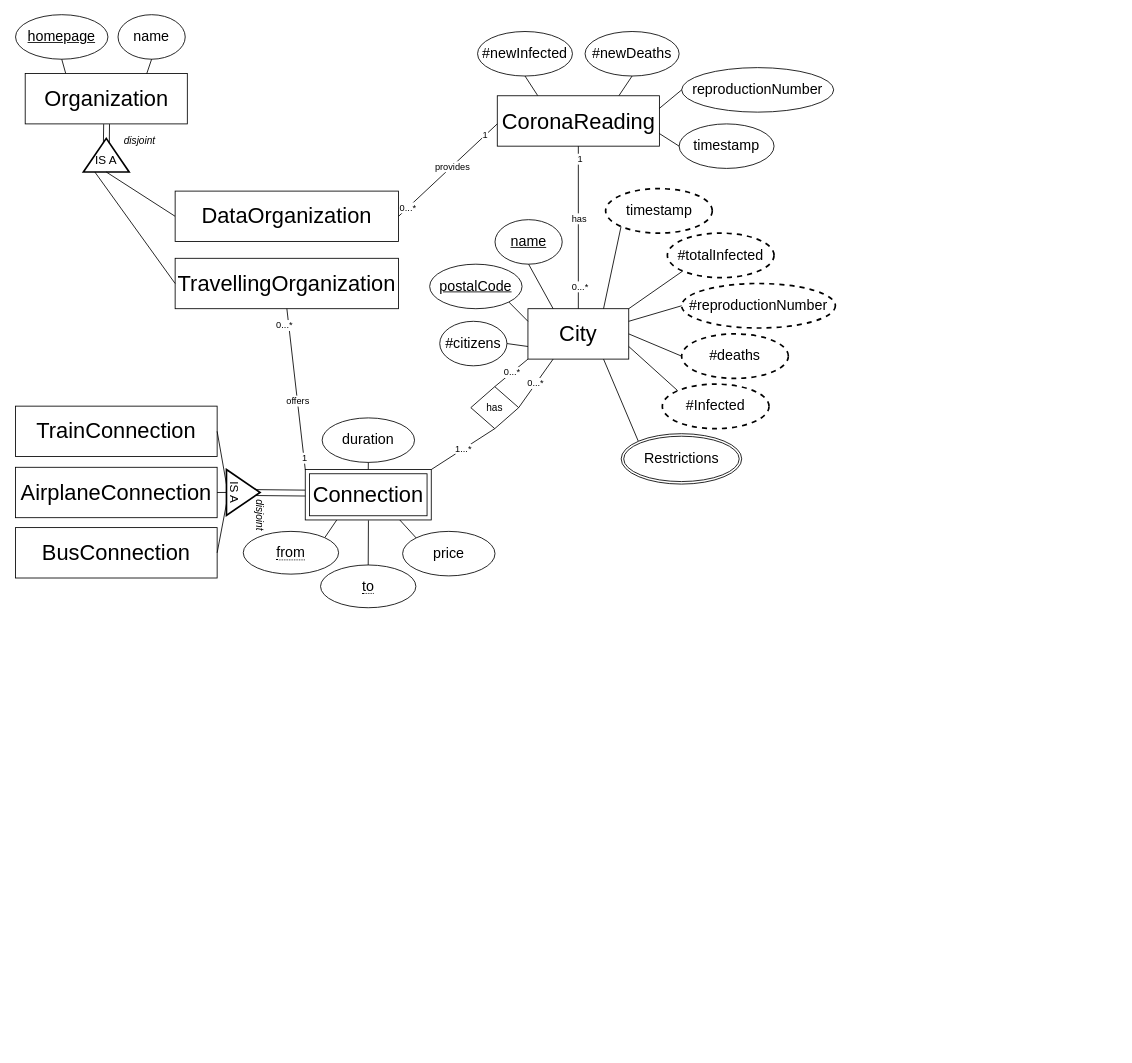
This is OISdiagram.drawio from wulfdewolf/OpenInformationSystemsGroup1, a draw.io file, before an edit. Source tidied: cells renumbered, new cells numbered last; positions are measured from the earlier drawing's top-left corner, leaving out a move shared by most shapes. Both pictures are drawn from the tidied source at 84%, with x=0, y=0 at pixel (15, 14).
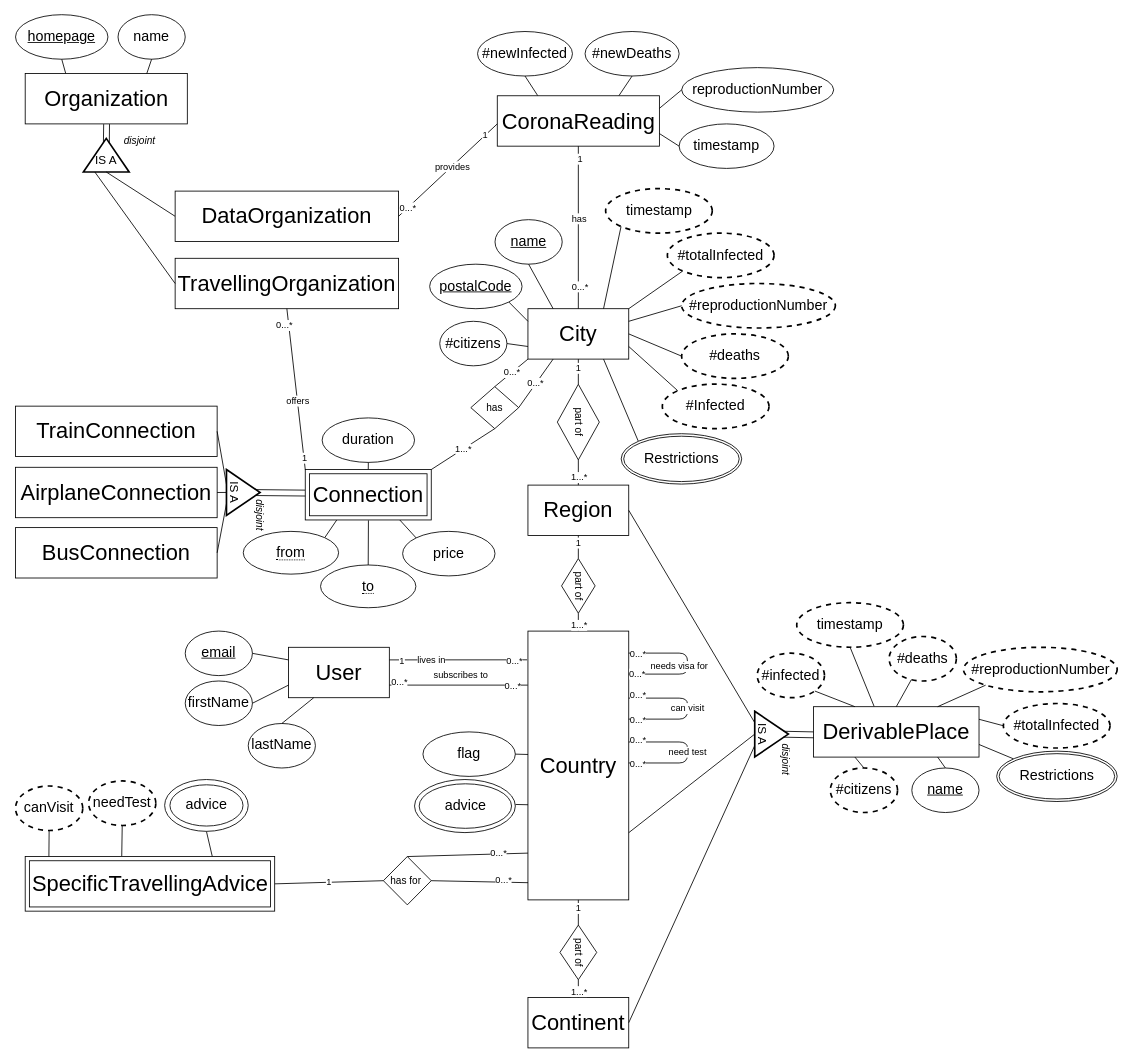
After the change.

Commit message:
made sure previous changes were there

The change refers to these unchanged cells:
```xml
<mxCell id="2" value="&lt;font style=&quot;font-size: 26px&quot;&gt;City&lt;/font&gt;" style="rounded=0;whiteSpace=wrap;html=1;" parent="1" vertex="1">
  <mxGeometry x="610" y="350" width="120" height="60" as="geometry" />
</mxCell>
```

What changed in the source:
```diff
@@
+    <mxCell id="78" value="&lt;font style=&quot;font-size: 26px&quot;&gt;DerivablePlace&lt;/font&gt;" style="rounded=0;whiteSpace=wrap;html=1;strokeWidth=1;" parent="1" vertex="1">
+      <mxGeometry x="950" y="823.8" width="197" height="60" as="geometry" />
+    </mxCell>
+    <mxCell id="79" value="&lt;font style=&quot;font-size: 17px&quot;&gt;#citizens&lt;/font&gt;" style="ellipse;whiteSpace=wrap;html=1;dashed=1;strokeWidth=2;" parent="1" vertex="1">
+      <mxGeometry x="970" y="896.8" width="80" height="53" as="geometry" />
+    </mxCell>
+    <mxCell id="80" value="&lt;font style=&quot;font-size: 17px&quot;&gt;#infected&lt;/font&gt;" style="ellipse;whiteSpace=wrap;html=1;dashed=1;strokeWidth=2;" parent="1" vertex="1">
+      <mxGeometry x="883" y="760.1" width="80" height="53" as="geometry" />
+    </mxCell>
+    <mxCell id="81" value="&lt;font style=&quot;font-size: 17px&quot;&gt;#deaths&lt;/font&gt;" style="ellipse;whiteSpace=wrap;html=1;dashed=1;strokeWidth=2;" parent="1" vertex="1">
+      <mxGeometry x="1040" y="740.2" width="80" height="53" as="geometry" />
+    </mxCell>
+    <mxCell id="82" value="&lt;font style=&quot;font-size: 17px&quot;&gt;#totalInfected&lt;/font&gt;" style="ellipse;whiteSpace=wrap;html=1;dashed=1;strokeWidth=2;" parent="1" vertex="1">
+      <mxGeometry x="1176" y="820" width="127" height="53" as="geometry" />
+    </mxCell>
+    <mxCell id="83" value="&lt;span style=&quot;font-size: 17px&quot;&gt;#reproductionNumber&lt;/span&gt;" style="ellipse;whiteSpace=wrap;html=1;dashed=1;strokeWidth=2;" parent="1" vertex="1">
+      <mxGeometry x="1128.5" y="753.1" width="183" height="53" as="geometry" />
+    </mxCell>
+    <mxCell id="84" style="endArrow=none;html=1;exitX=1;exitY=0.25;exitDx=0;exitDy=0;entryX=0;entryY=0.5;entryDx=0;entryDy=0;" parent="1" edge="1" source="78" target="82">
+      <mxGeometry relative="1" as="geometry" />
+    </mxCell>
+    <mxCell id="85" style="endArrow=none;html=1;exitX=0.75;exitY=0;exitDx=0;exitDy=0;entryX=0;entryY=1;entryDx=0;entryDy=0;" parent="1" edge="1" source="78" target="83">
+      <mxGeometry relative="1" as="geometry" />
+    </mxCell>
+    <mxCell id="86" style="endArrow=none;html=1;exitX=0.5;exitY=0;exitDx=0;exitDy=0;" parent="1" edge="1" source="78" target="81">
+      <mxGeometry relative="1" as="geometry" />
+    </mxCell>
+    <mxCell id="87" style="endArrow=none;html=1;exitX=0.25;exitY=0;exitDx=0;exitDy=0;entryX=1;entryY=1;entryDx=0;entryDy=0;" parent="1" edge="1" source="78" target="80">
+      <mxGeometry relative="1" as="geometry" />
+    </mxCell>
+    <mxCell id="88" style="endArrow=none;html=1;exitX=0.25;exitY=1;exitDx=0;exitDy=0;entryX=0.5;entryY=0;entryDx=0;entryDy=0;" parent="1" edge="1" source="78" target="79">
+      <mxGeometry relative="1" as="geometry" />
+    </mxCell>
@@
+    <mxCell id="89" value="&lt;span style=&quot;font-size: 26px&quot;&gt;Region&lt;/span&gt;" style="rounded=0;whiteSpace=wrap;html=1;" parent="1" vertex="1">
+      <mxGeometry x="610" y="560" width="120" height="60" as="geometry" />
+    </mxCell>
+    <mxCell id="90" value="&lt;font style=&quot;font-size: 17px&quot;&gt;&lt;u&gt;name&lt;/u&gt;&lt;/font&gt;" style="ellipse;whiteSpace=wrap;html=1;" parent="1" vertex="1">
+      <mxGeometry x="1067" y="896.8" width="80" height="53" as="geometry" />
+    </mxCell>
+    <mxCell id="91" style="endArrow=none;html=1;exitX=0.75;exitY=1;exitDx=0;exitDy=0;entryX=0.5;entryY=0;entryDx=0;entryDy=0;" parent="1" edge="1" source="78" target="90">
+      <mxGeometry relative="1" as="geometry" />
+    </mxCell>
+    <mxCell id="92" value="&lt;font style=&quot;font-size: 26px&quot;&gt;Country&lt;/font&gt;" style="rounded=0;whiteSpace=wrap;html=1;" parent="1" vertex="1">
+      <mxGeometry x="610" y="733.8" width="120" height="320" as="geometry" />
+    </mxCell>
+    <mxCell id="93" value="&lt;span style=&quot;font-size: 17px&quot;&gt;flag&lt;/span&gt;" style="ellipse;whiteSpace=wrap;html=1;" parent="1" vertex="1">
+      <mxGeometry x="485" y="853.8" width="110" height="53" as="geometry" />
+    </mxCell>
+    <mxCell id="94" style="endArrow=none;html=1;exitX=1;exitY=0.5;exitDx=0;exitDy=0;entryX=0.001;entryY=0.459;entryDx=0;entryDy=0;entryPerimeter=0;" parent="1" edge="1" source="93" target="92">
+      <mxGeometry relative="1" as="geometry" />
+    </mxCell>
+    <mxCell id="95" value="&lt;span style=&quot;font-size: 26px&quot;&gt;Continent&lt;/span&gt;" style="rounded=0;whiteSpace=wrap;html=1;" parent="1" vertex="1">
+      <mxGeometry x="610" y="1170" width="120" height="60" as="geometry" />
+    </mxCell>
+    <mxCell id="96" style="endArrow=none;html=1;exitX=0;exitY=0.25;exitDx=0;exitDy=0;entryX=1;entryY=0.5;entryDx=0;entryDy=0;" parent="1" edge="1" source="154" target="89">
+      <mxGeometry relative="1" as="geometry" />
+    </mxCell>
+    <mxCell id="97" style="endArrow=none;html=1;exitX=1;exitY=0.75;exitDx=0;exitDy=0;entryX=0;entryY=0.5;entryDx=0;entryDy=0;" parent="1" edge="1" source="92" target="154">
+      <mxGeometry relative="1" as="geometry" />
+    </mxCell>
+    <mxCell id="98" style="endArrow=none;html=1;exitX=1;exitY=0.5;exitDx=0;exitDy=0;entryX=0;entryY=0.75;entryDx=0;entryDy=0;" parent="1" edge="1" source="95" target="154">
+      <mxGeometry relative="1" as="geometry" />
+    </mxCell>
@@
+    <mxCell id="99" value="part of" style="shape=rhombus;perimeter=rhombusPerimeter;whiteSpace=wrap;html=1;align=center;rotation=90;" parent="1" vertex="1">
+      <mxGeometry x="625" y="460" width="90" height="50" as="geometry" />
+    </mxCell>
+    <mxCell id="100" style="endArrow=none;html=1;exitX=1;exitY=0.5;exitDx=0;exitDy=0;entryX=0.5;entryY=0;entryDx=0;entryDy=0;" parent="1" edge="1" source="99" target="89">
+      <mxGeometry relative="1" as="geometry" />
+    </mxCell>
+    <mxCell id="101" value="1...*" style="edgeLabel;html=1;align=center;verticalAlign=middle;" parent="100" vertex="1">
+      <mxGeometry x="0.37" y="-1" relative="1" as="geometry">
+        <mxPoint x="1" y="-1" as="offset" />
+      </mxGeometry>
+    </mxCell>
+    <mxCell id="102" style="endArrow=none;html=1;exitX=0;exitY=0.5;exitDx=0;exitDy=0;entryX=0.5;entryY=1;entryDx=0;entryDy=0;" parent="1" edge="1" source="99" target="2">
+      <mxGeometry relative="1" as="geometry" />
+    </mxCell>
+    <mxCell id="103" value="1" style="edgeLabel;html=1;align=center;verticalAlign=middle;" parent="102" vertex="1">
+      <mxGeometry x="0.35" y="1" relative="1" as="geometry" />
+    </mxCell>
+    <mxCell id="104" value="part of" style="shape=rhombus;perimeter=rhombusPerimeter;whiteSpace=wrap;html=1;align=center;rotation=90;" parent="1" vertex="1">
+      <mxGeometry x="637.5" y="660" width="65" height="40" as="geometry" />
+    </mxCell>
+    <mxCell id="105" style="endArrow=none;html=1;exitX=1;exitY=0.5;exitDx=0;exitDy=0;entryX=0.5;entryY=0;entryDx=0;entryDy=0;" parent="1" edge="1" source="104" target="92">
+      <mxGeometry relative="1" as="geometry" />
+    </mxCell>
+    <mxCell id="106" value="1...*" style="edgeLabel;html=1;align=center;verticalAlign=middle;" parent="105" vertex="1">
+      <mxGeometry x="0.37" y="-1" relative="1" as="geometry">
+        <mxPoint x="1" y="-1" as="offset" />
+      </mxGeometry>
+    </mxCell>
+    <mxCell id="107" style="endArrow=none;html=1;exitX=0;exitY=0.5;exitDx=0;exitDy=0;entryX=0.5;entryY=1;entryDx=0;entryDy=0;" parent="1" edge="1" source="104" target="89">
+      <mxGeometry relative="1" as="geometry" />
+    </mxCell>
+    <mxCell id="108" value="1" style="edgeLabel;html=1;align=center;verticalAlign=middle;" parent="107" vertex="1">
+      <mxGeometry x="0.35" y="1" relative="1" as="geometry" />
+    </mxCell>
+    <mxCell id="109" value="part of" style="shape=rhombus;perimeter=rhombusPerimeter;whiteSpace=wrap;html=1;align=center;rotation=90;" parent="1" vertex="1">
+      <mxGeometry x="637.5" y="1094.4" width="65" height="43.8" as="geometry" />
+    </mxCell>
+    <mxCell id="110" style="endArrow=none;html=1;exitX=1;exitY=0.5;exitDx=0;exitDy=0;entryX=0.5;entryY=0;entryDx=0;entryDy=0;" parent="1" edge="1" source="109" target="95">
+      <mxGeometry relative="1" as="geometry" />
+    </mxCell>
+    <mxCell id="111" value="1...*" style="edgeLabel;html=1;align=center;verticalAlign=middle;" parent="110" vertex="1">
+      <mxGeometry x="0.37" y="-1" relative="1" as="geometry">
+        <mxPoint x="1" y="-1" as="offset" />
+      </mxGeometry>
+    </mxCell>
+    <mxCell id="112" style="endArrow=none;html=1;exitX=0;exitY=0.5;exitDx=0;exitDy=0;entryX=0.5;entryY=1;entryDx=0;entryDy=0;" parent="1" edge="1" source="109" target="92">
+      <mxGeometry relative="1" as="geometry" />
+    </mxCell>
+    <mxCell id="113" value="1" style="edgeLabel;html=1;align=center;verticalAlign=middle;" parent="112" vertex="1">
+      <mxGeometry x="0.35" y="1" relative="1" as="geometry" />
+    </mxCell>
+    <mxCell id="114" style="endArrow=none;html=1;exitX=1;exitY=0.5;exitDx=0;exitDy=0;entryX=0.001;entryY=0.646;entryDx=0;entryDy=0;entryPerimeter=0;" parent="1" edge="1" target="92">
+      <mxGeometry relative="1" as="geometry">
+        <mxPoint x="595" y="940.2" as="sourcePoint" />
+      </mxGeometry>
+    </mxCell>
+    <mxCell id="115" style="endArrow=none;html=1;exitX=1;exitY=0.5;exitDx=0;exitDy=0;" parent="1" edge="1">
+      <mxGeometry relative="1" as="geometry">
+        <mxPoint x="730" y="760" as="sourcePoint" />
+        <mxPoint x="730" y="785" as="targetPoint" />
+        <Array as="points">
+          <mxPoint x="800" y="760" />
+          <mxPoint x="800" y="785" />
+        </Array>
+      </mxGeometry>
+    </mxCell>
+    <mxCell id="116" value="needs visa for" style="edgeLabel;html=1;align=center;verticalAlign=middle;" parent="115" vertex="1">
+      <mxGeometry x="-0.49" y="4" relative="1" as="geometry">
+        <mxPoint x="17.1" y="19" as="offset" />
+      </mxGeometry>
+    </mxCell>
+    <mxCell id="117" value="0...*" style="edgeLabel;html=1;align=center;verticalAlign=middle;" parent="115" vertex="1">
+      <mxGeometry x="0.89" y="-1" relative="1" as="geometry">
+        <mxPoint x="0.8" as="offset" />
+      </mxGeometry>
+    </mxCell>
+    <mxCell id="118" value="0...*" style="edgeLabel;html=1;align=center;verticalAlign=middle;" parent="115" vertex="1">
+      <mxGeometry x="-0.88" relative="1" as="geometry" />
+    </mxCell>
+    <mxCell id="119" value="can visit" style="endArrow=none;html=1;entryX=1;entryY=0.5;entryDx=0;entryDy=0;" parent="1" edge="1">
+      <mxGeometry relative="1" as="geometry">
+        <mxPoint x="730" y="838.6" as="sourcePoint" />
+        <mxPoint x="730" y="813.6" as="targetPoint" />
+        <Array as="points">
+          <mxPoint x="800" y="838.6" />
+          <mxPoint x="800" y="813.6" />
+        </Array>
+      </mxGeometry>
+    </mxCell>
+    <mxCell id="120" value="0...*" style="edgeLabel;html=1;align=center;verticalAlign=middle;" parent="119" vertex="1">
+      <mxGeometry x="-0.87" y="-1" relative="1" as="geometry">
+        <mxPoint x="-0.6" as="offset" />
+      </mxGeometry>
+    </mxCell>
+    <mxCell id="121" value="0...*" style="edgeLabel;html=1;align=center;verticalAlign=middle;" parent="119" vertex="1">
+      <mxGeometry x="0.83" relative="1" as="geometry">
+        <mxPoint x="-3.6" y="-3.7" as="offset" />
+      </mxGeometry>
+    </mxCell>
+    <mxCell id="122" value="need test" style="endArrow=none;html=1;entryX=1;entryY=0.5;entryDx=0;entryDy=0;" parent="1" edge="1">
+      <mxGeometry relative="1" as="geometry">
+        <mxPoint x="730" y="890.8" as="sourcePoint" />
+        <mxPoint x="730" y="865.8" as="targetPoint" />
+        <Array as="points">
+          <mxPoint x="800" y="890.8" />
+          <mxPoint x="800" y="865.8" />
+        </Array>
+      </mxGeometry>
+    </mxCell>
+    <mxCell id="123" value="0...*" style="edgeLabel;html=1;align=center;verticalAlign=middle;" parent="122" vertex="1">
+      <mxGeometry x="-0.87" y="-1" relative="1" as="geometry">
+        <mxPoint x="-0.6" as="offset" />
+      </mxGeometry>
+    </mxCell>
+    <mxCell id="124" value="0...*" style="edgeLabel;html=1;align=center;verticalAlign=middle;" parent="122" vertex="1">
+      <mxGeometry x="0.83" relative="1" as="geometry">
+        <mxPoint x="-3.6" y="-3.7" as="offset" />
+      </mxGeometry>
+    </mxCell>
+    <mxCell id="125" value="&lt;font style=&quot;font-size: 17px&quot;&gt;canVisit&lt;/font&gt;" style="ellipse;whiteSpace=wrap;html=1;dashed=1;strokeWidth=2;" parent="1" vertex="1">
+      <mxGeometry y="918.2" width="80" height="53" as="geometry" />
+    </mxCell>
+    <mxCell id="126" style="endArrow=none;html=1;entryX=0.5;entryY=1;entryDx=0;entryDy=0;exitX=0.095;exitY=-0.002;exitDx=0;exitDy=0;exitPerimeter=0;" parent="1" edge="1" source="152" target="125">
+      <mxGeometry relative="1" as="geometry" />
+    </mxCell>
+    <mxCell id="127" value="&lt;font style=&quot;font-size: 17px&quot;&gt;needTest&lt;/font&gt;" style="ellipse;whiteSpace=wrap;html=1;dashed=1;strokeWidth=2;" parent="1" vertex="1">
+      <mxGeometry x="87" y="912.2" width="80" height="53" as="geometry" />
+    </mxCell>
+    <mxCell id="128" style="endArrow=none;html=1;exitX=0.5;exitY=1;exitDx=0;exitDy=0;entryX=0.387;entryY=-0.01;entryDx=0;entryDy=0;entryPerimeter=0;" parent="1" edge="1" source="127" target="152">
+      <mxGeometry relative="1" as="geometry" />
+    </mxCell>
+    <mxCell id="129" style="endArrow=none;html=1;exitX=0.5;exitY=1;exitDx=0;exitDy=0;entryX=0.75;entryY=0;entryDx=0;entryDy=0;" parent="1" edge="1" source="150" target="152">
+      <mxGeometry relative="1" as="geometry" />
+    </mxCell>
+    <mxCell id="130" value="has for&amp;nbsp;" style="rhombus;whiteSpace=wrap;html=1;rotation=0;" parent="1" vertex="1">
+      <mxGeometry x="437.9" y="1002.2" width="57" height="57.5" as="geometry" />
+    </mxCell>
+    <mxCell id="131" style="endArrow=none;html=1;exitX=0;exitY=0.826;exitDx=0;exitDy=0;entryX=0.5;entryY=0;entryDx=0;entryDy=0;exitPerimeter=0;" parent="1" edge="1" source="92" target="130">
+      <mxGeometry relative="1" as="geometry" />
+    </mxCell>
+    <mxCell id="132" value="0...*" style="edgeLabel;html=1;align=center;verticalAlign=middle;" parent="131" vertex="1">
+      <mxGeometry x="-0.51" y="-1" relative="1" as="geometry">
+        <mxPoint y="-1" as="offset" />
+      </mxGeometry>
+    </mxCell>
+    <mxCell id="133" style="endArrow=none;html=1;exitX=1;exitY=0.5;exitDx=0;exitDy=0;entryX=0.001;entryY=0.936;entryDx=0;entryDy=0;entryPerimeter=0;" parent="1" edge="1" source="130" target="92">
+      <mxGeometry relative="1" as="geometry" />
+    </mxCell>
+    <mxCell id="134" value="0...*" style="edgeLabel;html=1;align=center;verticalAlign=middle;" parent="133" vertex="1">
+      <mxGeometry x="0.56" y="3" relative="1" as="geometry">
+        <mxPoint x="-4.7" as="offset" />
+      </mxGeometry>
+    </mxCell>
+    <mxCell id="135" value="1" style="endArrow=none;html=1;exitX=0;exitY=0.5;exitDx=0;exitDy=0;entryX=1;entryY=0.5;entryDx=0;entryDy=0;" parent="1" edge="1" source="130" target="152">
+      <mxGeometry relative="1" as="geometry" />
+    </mxCell>
+    <mxCell id="136" value="&lt;span style=&quot;font-size: 26px&quot;&gt;User&lt;/span&gt;" style="rounded=0;whiteSpace=wrap;html=1;" parent="1" vertex="1">
+      <mxGeometry x="325" y="753.1" width="120" height="60" as="geometry" />
+    </mxCell>
+    <mxCell id="137" value="&lt;font style=&quot;font-size: 17px&quot;&gt;&lt;u&gt;email&lt;/u&gt;&lt;/font&gt;" style="ellipse;whiteSpace=wrap;html=1;" parent="1" vertex="1">
+      <mxGeometry x="202" y="733.8" width="80" height="53" as="geometry" />
+    </mxCell>
+    <mxCell id="138" style="endArrow=none;html=1;entryX=1;entryY=0.5;entryDx=0;entryDy=0;exitX=0;exitY=0.25;exitDx=0;exitDy=0;" parent="1" edge="1" source="136" target="137">
+      <mxGeometry relative="1" as="geometry" />
+    </mxCell>
+    <mxCell id="139" value="&lt;span style=&quot;font-size: 17px&quot;&gt;firstName&lt;/span&gt;" style="ellipse;whiteSpace=wrap;html=1;" parent="1" vertex="1">
+      <mxGeometry x="202" y="793.2" width="80" height="53" as="geometry" />
+    </mxCell>
+    <mxCell id="140" style="endArrow=none;html=1;exitX=0;exitY=0.75;exitDx=0;exitDy=0;entryX=1;entryY=0.5;entryDx=0;entryDy=0;" parent="1" edge="1" source="136" target="139">
+      <mxGeometry relative="1" as="geometry" />
+    </mxCell>
+    <mxCell id="141" value="subscribes to" style="endArrow=none;html=1;entryX=1;entryY=0.75;entryDx=0;entryDy=0;exitX=-0.002;exitY=0.201;exitDx=0;exitDy=0;exitPerimeter=0;" parent="1" edge="1" source="92" target="136">
+      <mxGeometry x="-0.03" y="-11" relative="1" as="geometry">
+        <mxPoint y="-1" as="offset" />
+      </mxGeometry>
+    </mxCell>
+    <mxCell id="142" value="0...*" style="edgeLabel;html=1;align=center;verticalAlign=middle;" parent="141" vertex="1">
+      <mxGeometry x="0.74" y="-4" relative="1" as="geometry">
+        <mxPoint x="-10.3" as="offset" />
+      </mxGeometry>
+    </mxCell>
+    <mxCell id="143" value="0...*" style="edgeLabel;html=1;align=center;verticalAlign=middle;" parent="141" vertex="1">
+      <mxGeometry x="-0.78" relative="1" as="geometry" />
+    </mxCell>
+    <mxCell id="144" value="lives in" style="endArrow=none;html=1;entryX=1;entryY=0.25;entryDx=0;entryDy=0;" parent="1" edge="1" target="136">
+      <mxGeometry x="0.39" relative="1" as="geometry">
+        <mxPoint x="609" y="768" as="sourcePoint" />
+      </mxGeometry>
+    </mxCell>
+    <mxCell id="145" value="0...*" style="edgeLabel;html=1;align=center;verticalAlign=middle;" parent="144" vertex="1">
+      <mxGeometry x="-0.8" relative="1" as="geometry" />
+    </mxCell>
+    <mxCell id="146" value="1" style="edgeLabel;html=1;align=center;verticalAlign=middle;" parent="144" vertex="1">
+      <mxGeometry x="0.83" relative="1" as="geometry" />
+    </mxCell>
+    <mxCell id="147" style="endArrow=none;html=1;entryX=1;entryY=0.75;entryDx=0;entryDy=0;" parent="1" edge="1" source="153" target="78">
+      <mxGeometry relative="1" as="geometry" />
+    </mxCell>
@@
+    <mxCell id="148" style="ellipse;whiteSpace=wrap;html=1;" parent="1" vertex="1">
+      <mxGeometry x="475" y="910.5" width="120" height="63.2" as="geometry" />
+    </mxCell>
+    <mxCell id="149" value="&lt;span style=&quot;font-size: 17px&quot;&gt;advice&lt;/span&gt;" style="ellipse;whiteSpace=wrap;html=1;" parent="1" vertex="1">
+      <mxGeometry x="480.5" y="915.6" width="110" height="53" as="geometry" />
+    </mxCell>
@@
+    <mxCell id="150" style="ellipse;whiteSpace=wrap;html=1;" parent="1" vertex="1">
+      <mxGeometry x="177.5" y="910.5" width="99.5" height="61.7" as="geometry" />
+    </mxCell>
+    <mxCell id="151" value="&lt;span style=&quot;font-size: 17px&quot;&gt;advice&lt;/span&gt;" style="ellipse;whiteSpace=wrap;html=1;" parent="1" vertex="1">
+      <mxGeometry x="183.8" y="916.8" width="87" height="49.1" as="geometry" />
+    </mxCell>
@@
+    <mxCell id="152" value="&lt;span style=&quot;font-size: 26px&quot;&gt;SpecificTravellingAdvice&lt;/span&gt;" style="shape=ext;margin=3;double=1;whiteSpace=wrap;html=1;align=center;" parent="1" vertex="1">
+      <mxGeometry x="11.5" y="1002.2" width="297" height="65" as="geometry" />
+    </mxCell>
@@
+    <mxCell id="153" value="&lt;span style=&quot;font-size: 17px&quot;&gt;Restrictions&lt;/span&gt;" style="ellipse;shape=doubleEllipse;margin=3;whiteSpace=wrap;html=1;align=center;" parent="1" vertex="1">
+      <mxGeometry x="1168" y="876.7" width="143.5" height="60" as="geometry" />
+    </mxCell>
+    <mxCell id="154" style="triangle;whiteSpace=wrap;html=1;strokeWidth=2;rotation=0;" parent="1" vertex="1">
+      <mxGeometry x="880" y="829.2" width="40" height="54.5" as="geometry" />
+    </mxCell>
+    <mxCell id="155" value="&lt;font style=&quot;font-size: 14px&quot;&gt;IS A&lt;/font&gt;" style="text;html=1;strokeColor=none;fillColor=none;align=center;verticalAlign=middle;whiteSpace=wrap;rounded=0;rotation=90;" parent="1" vertex="1">
+      <mxGeometry x="870" y="846.5" width="40" height="20" as="geometry" />
+    </mxCell>
+    <mxCell id="156" value="&lt;i&gt;disjoint&lt;/i&gt;" style="text;html=1;strokeColor=none;fillColor=none;align=center;verticalAlign=middle;whiteSpace=wrap;rounded=0;rotation=90;" parent="1" vertex="1">
+      <mxGeometry x="897" y="876.8" width="40" height="20" as="geometry" />
+    </mxCell>
+    <mxCell id="157" style="endArrow=none;html=1;entryX=0.001;entryY=0.617;entryDx=0;entryDy=0;exitX=0.846;exitY=0.567;exitDx=0;exitDy=0;exitPerimeter=0;entryPerimeter=0;" parent="1" edge="1" source="154" target="78">
+      <mxGeometry relative="1" as="geometry" />
+    </mxCell>
+    <mxCell id="158" style="endArrow=none;html=1;exitX=0.861;exitY=0.438;exitDx=0;exitDy=0;exitPerimeter=0;entryX=0;entryY=0.5;entryDx=0;entryDy=0;" parent="1" edge="1" source="154" target="78">
+      <mxGeometry relative="1" as="geometry" />
+    </mxCell>
@@
+    <mxCell id="159" value="&lt;font style=&quot;font-size: 17px&quot;&gt;timestamp&lt;/font&gt;" style="ellipse;whiteSpace=wrap;html=1;dashed=1;strokeWidth=2;" parent="1" vertex="1">
+      <mxGeometry x="930" y="700" width="127" height="53" as="geometry" />
+    </mxCell>
+    <mxCell id="160" style="endArrow=none;html=1;entryX=0.5;entryY=1;entryDx=0;entryDy=0;exitX=0.366;exitY=-0.007;exitDx=0;exitDy=0;exitPerimeter=0;" parent="1" edge="1" source="78" target="159">
+      <mxGeometry relative="1" as="geometry" />
+    </mxCell>
+    <mxCell id="161" value="&lt;span style=&quot;font-size: 17px&quot;&gt;lastName&lt;/span&gt;" style="ellipse;whiteSpace=wrap;html=1;" parent="1" vertex="1">
+      <mxGeometry x="277" y="843.8" width="80" height="53" as="geometry" />
+    </mxCell>
+    <mxCell id="162" style="endArrow=none;html=1;entryX=0.25;entryY=1;entryDx=0;entryDy=0;exitX=0.5;exitY=0;exitDx=0;exitDy=0;" parent="1" edge="1" source="161" target="136">
+      <mxGeometry relative="1" as="geometry" />
+    </mxCell>
```
